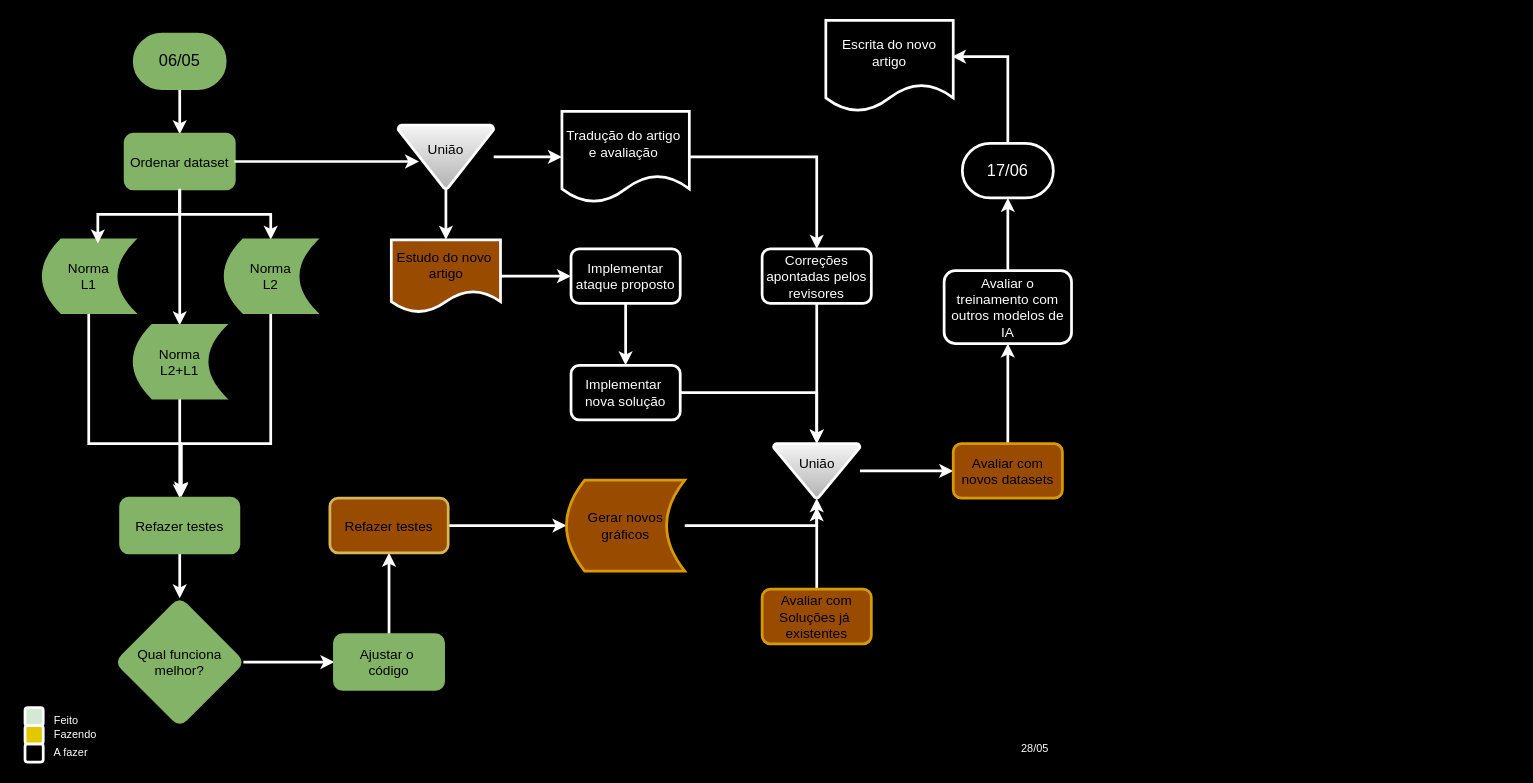
This is Diagrama sem nome.drawio from Morais727/Diagramas, a draw.io file, before an edit. Source tidied: cells renumbered, new cells numbered last; positions are measured from the earlier drawing's top-left corner, leaving out a move shared by most shapes. Both pictures are drawn from the tidied source at 91%, with x=0, y=0 at pixel (15, 15).
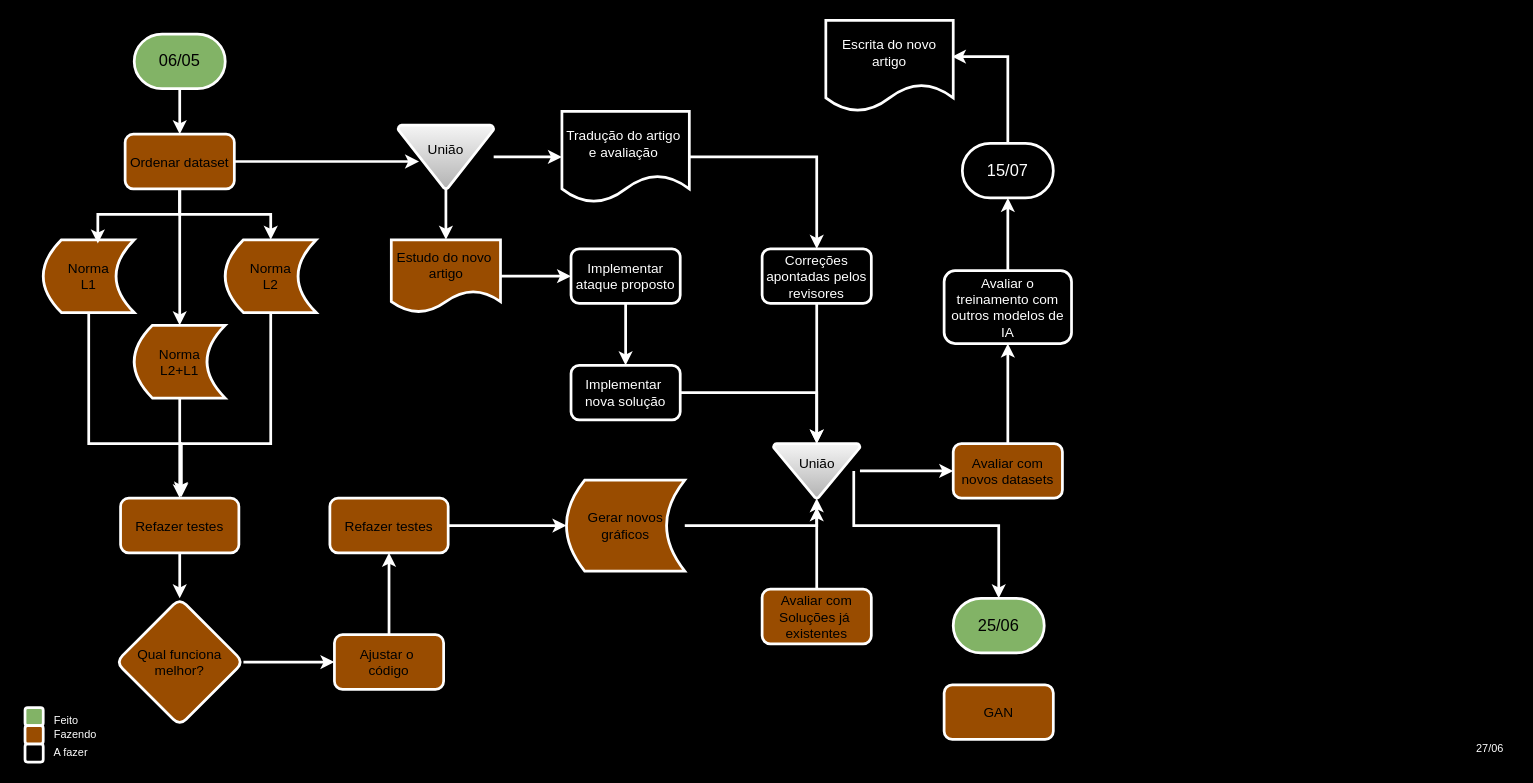
The same page after the edit.

Unchanged cells that the change refers to:
```xml
<mxCell id="34" value="&lt;font style=&quot;font-size: 15px;&quot;&gt;União&lt;/font&gt;&lt;div style=&quot;font-size: 15px;&quot;&gt;&lt;br&gt;&lt;/div&gt;" style="strokeWidth=3;html=1;shape=mxgraph.flowchart.merge_or_storage;whiteSpace=wrap;rounded=1;strokeColor=#FFFFFF;align=center;verticalAlign=middle;fontFamily=Helvetica;fontSize=12;fillColor=#f5f5f5;gradientColor=#b3b3b3;" parent="1" vertex="1">
  <mxGeometry x="832.5" y="470" width="95" height="60" as="geometry" />
</mxCell>
```

Change to the diagram source:
```diff
@@
     <mxCell id="2" style="rounded=0;whiteSpace=wrap;html=1;fillColor=#000000;" parent="1" vertex="1">
-      <mxGeometry width="1160" height="820" as="geometry" />
+      <mxGeometry width="1650" height="820" as="geometry" />
     </mxCell>
@@
-    <mxCell id="4" value="&lt;font style=&quot;font-size: 18px;&quot;&gt;06/05&lt;/font&gt;" style="strokeWidth=3;html=1;shape=mxgraph.flowchart.terminator;whiteSpace=wrap;fillColor=#82B366;strokeColor=#82b366;" parent="1" vertex="1">
+    <mxCell id="4" value="&lt;font style=&quot;font-size: 18px;&quot;&gt;06/05&lt;/font&gt;" style="strokeWidth=3;html=1;shape=mxgraph.flowchart.terminator;whiteSpace=wrap;fillColor=#82B366;strokeColor=#FFFFFF;" parent="1" vertex="1">
       <mxGeometry x="130" y="20" width="100" height="60" as="geometry" />
     </mxCell>
@@
-    <mxCell id="6" value="&lt;font style=&quot;font-size: 18px;&quot;&gt;17/06&lt;/font&gt;" style="strokeWidth=3;html=1;shape=mxgraph.flowchart.terminator;whiteSpace=wrap;strokeColor=#FFFFFF;labelBackgroundColor=none;fontColor=#FFFFFF;fillColor=none;" parent="1" vertex="1">
+    <mxCell id="6" value="&lt;font style=&quot;font-size: 18px;&quot;&gt;15/07&lt;/font&gt;" style="strokeWidth=3;html=1;shape=mxgraph.flowchart.terminator;whiteSpace=wrap;strokeColor=#FFFFFF;labelBackgroundColor=none;fontColor=#FFFFFF;fillColor=none;" parent="1" vertex="1">
       <mxGeometry x="1040" y="140" width="100" height="60" as="geometry" />
     </mxCell>
@@
-    <mxCell id="9" value="&lt;font style=&quot;font-size: 15px;&quot;&gt;Ordenar dataset&lt;/font&gt;" style="rounded=1;whiteSpace=wrap;html=1;fillColor=#82B366;strokeColor=#82b366;strokeWidth=3;" parent="1" vertex="1">
+    <mxCell id="9" value="&lt;font style=&quot;font-size: 15px;&quot;&gt;Ordenar dataset&lt;/font&gt;" style="rounded=1;whiteSpace=wrap;html=1;fillColor=#994C00;strokeColor=#FFFFFF;strokeWidth=3;" parent="1" vertex="1">
       <mxGeometry x="120" y="130" width="120" height="60" as="geometry" />
     </mxCell>
@@
-    <mxCell id="11" value="&lt;font style=&quot;font-size: 15px;&quot;&gt;Norma&lt;br&gt;L1&lt;/font&gt;" style="shape=dataStorage;whiteSpace=wrap;html=1;fixedSize=1;fillColor=#82B366;strokeColor=#82b366;strokeWidth=3;" parent="1" vertex="1">
+    <mxCell id="11" value="&lt;font style=&quot;font-size: 15px;&quot;&gt;Norma&lt;br&gt;L1&lt;/font&gt;" style="shape=dataStorage;whiteSpace=wrap;html=1;fixedSize=1;fillColor=#994C00;strokeColor=#FFFFFF;strokeWidth=3;" parent="1" vertex="1">
       <mxGeometry x="30" y="246" width="100" height="80" as="geometry" />
     </mxCell>
@@
-    <mxCell id="13" value="&lt;font style=&quot;font-size: 15px;&quot;&gt;Norma&lt;br&gt;L2+L1&lt;/font&gt;" style="shape=dataStorage;whiteSpace=wrap;html=1;fixedSize=1;fillColor=#82B366;strokeColor=#82b366;strokeWidth=3;" parent="1" vertex="1">
+    <mxCell id="13" value="&lt;font style=&quot;font-size: 15px;&quot;&gt;Norma&lt;br&gt;L2+L1&lt;/font&gt;" style="shape=dataStorage;whiteSpace=wrap;html=1;fixedSize=1;fillColor=#994C00;strokeColor=#FFFFFF;strokeWidth=3;" parent="1" vertex="1">
       <mxGeometry x="130" y="340" width="100" height="80" as="geometry" />
     </mxCell>
@@
-    <mxCell id="15" value="&lt;font style=&quot;font-size: 15px;&quot;&gt;Norma&lt;br&gt;L2&lt;/font&gt;" style="shape=dataStorage;whiteSpace=wrap;html=1;fixedSize=1;fillColor=#82B366;strokeColor=#82b366;strokeWidth=3;" parent="1" vertex="1">
+    <mxCell id="15" value="&lt;font style=&quot;font-size: 15px;&quot;&gt;Norma&lt;br&gt;L2&lt;/font&gt;" style="shape=dataStorage;whiteSpace=wrap;html=1;fixedSize=1;fillColor=#994C00;strokeColor=#FFFFFF;strokeWidth=3;" parent="1" vertex="1">
       <mxGeometry x="230" y="246" width="100" height="80" as="geometry" />
     </mxCell>
@@
-    <mxCell id="17" value="&lt;font style=&quot;font-size: 15px;&quot;&gt;Refazer testes&lt;/font&gt;" style="rounded=1;whiteSpace=wrap;html=1;fillColor=#82B366;strokeColor=#82b366;strokeWidth=3;" parent="1" vertex="1">
+    <mxCell id="17" value="&lt;font style=&quot;font-size: 15px;&quot;&gt;Refazer testes&lt;/font&gt;" style="rounded=1;whiteSpace=wrap;html=1;fillColor=#994C00;strokeColor=#FFFFFF;strokeWidth=3;" parent="1" vertex="1">
       <mxGeometry x="115" y="530" width="130" height="60" as="geometry" />
     </mxCell>
@@
-    <mxCell id="19" value="&lt;font style=&quot;font-size: 15px;&quot;&gt;Qual funciona melhor?&lt;/font&gt;" style="rhombus;whiteSpace=wrap;html=1;rounded=1;strokeColor=#82b366;align=center;verticalAlign=middle;fontFamily=Helvetica;fontSize=12;fillColor=#82B366;strokeWidth=3;labelBackgroundColor=none;" parent="1" vertex="1">
+    <mxCell id="19" value="&lt;font style=&quot;font-size: 15px;&quot;&gt;Qual funciona melhor?&lt;/font&gt;" style="rhombus;whiteSpace=wrap;html=1;rounded=1;strokeColor=#FFFFFF;align=center;verticalAlign=middle;fontFamily=Helvetica;fontSize=12;fillColor=#994C00;strokeWidth=3;labelBackgroundColor=none;" parent="1" vertex="1">
       <mxGeometry x="110" y="640" width="140" height="140" as="geometry" />
     </mxCell>
@@
-    <mxCell id="21" value="&lt;font style=&quot;font-size: 15px;&quot;&gt;Ajustar o&amp;nbsp;&lt;br&gt;código&lt;/font&gt;" style="rounded=1;whiteSpace=wrap;html=1;strokeColor=#82b366;align=center;verticalAlign=middle;fontFamily=Helvetica;fontSize=12;fillColor=#82B366;strokeWidth=3;labelBackgroundColor=none;" parent="1" vertex="1">
+    <mxCell id="21" value="&lt;font style=&quot;font-size: 15px;&quot;&gt;Ajustar o&amp;nbsp;&lt;br&gt;código&lt;/font&gt;" style="rounded=1;whiteSpace=wrap;html=1;strokeColor=#FFFFFF;align=center;verticalAlign=middle;fontFamily=Helvetica;fontSize=12;fillColor=#994C00;strokeWidth=3;labelBackgroundColor=none;" parent="1" vertex="1">
       <mxGeometry x="350" y="680" width="120" height="60" as="geometry" />
     </mxCell>
@@
-    <mxCell id="23" value="&lt;font style=&quot;font-size: 15px;&quot;&gt;Refazer testes&lt;/font&gt;" style="rounded=1;whiteSpace=wrap;html=1;strokeColor=#d6b656;strokeWidth=3;labelBackgroundColor=none;fillColor=#994C00;" parent="1" vertex="1">
+    <mxCell id="23" value="&lt;font style=&quot;font-size: 15px;&quot;&gt;Refazer testes&lt;/font&gt;" style="rounded=1;whiteSpace=wrap;html=1;strokeColor=#FFFFFF;strokeWidth=3;labelBackgroundColor=none;fillColor=#994C00;" parent="1" vertex="1">
       <mxGeometry x="345" y="530" width="130" height="60" as="geometry" />
     </mxCell>
@@
-    <mxCell id="27" value="&lt;font style=&quot;font-size: 15px;&quot;&gt;Gerar novos&lt;br&gt;gráficos&lt;/font&gt;" style="shape=dataStorage;whiteSpace=wrap;html=1;fixedSize=1;rounded=1;strokeColor=#d79b00;align=center;verticalAlign=middle;fontFamily=Helvetica;fontSize=12;fillColor=#994C00;strokeWidth=3;labelBackgroundColor=none;" parent="1" vertex="1">
+    <mxCell id="27" value="&lt;font style=&quot;font-size: 15px;&quot;&gt;Gerar novos&lt;br&gt;gráficos&lt;/font&gt;" style="shape=dataStorage;whiteSpace=wrap;html=1;fixedSize=1;rounded=1;strokeColor=#FFFFFF;align=center;verticalAlign=middle;fontFamily=Helvetica;fontSize=12;fillColor=#994C00;strokeWidth=3;labelBackgroundColor=none;" parent="1" vertex="1">
       <mxGeometry x="605" y="510" width="130" height="100" as="geometry" />
     </mxCell>
@@
+    <mxCell id="57" style="edgeStyle=orthogonalEdgeStyle;rounded=0;jettySize=auto;html=1;" parent="1" edge="1" source="34" target="27">
+      <mxGeometry relative="1" as="geometry" />
+    </mxCell>
@@
-    <mxCell id="36" value="&lt;font style=&quot;font-size: 15px;&quot;&gt;Avaliar com&lt;br&gt;Soluções já&amp;nbsp;&lt;br&gt;existentes&lt;/font&gt;" style="rounded=1;whiteSpace=wrap;html=1;strokeColor=#d79b00;align=center;verticalAlign=middle;fontFamily=Helvetica;fontSize=12;fillColor=#994C00;strokeWidth=3;labelBackgroundColor=none;" parent="1" vertex="1">
+    <mxCell id="36" value="&lt;font style=&quot;font-size: 15px;&quot;&gt;Avaliar com&lt;br&gt;Soluções já&amp;nbsp;&lt;br&gt;existentes&lt;/font&gt;" style="rounded=1;whiteSpace=wrap;html=1;strokeColor=#FFFFFF;align=center;verticalAlign=middle;fontFamily=Helvetica;fontSize=12;fillColor=#994C00;strokeWidth=3;labelBackgroundColor=none;" parent="1" vertex="1">
       <mxGeometry x="820" y="630" width="120" height="60" as="geometry" />
     </mxCell>
@@
-    <mxCell id="40" value="&lt;font style=&quot;font-size: 15px;&quot;&gt;Avaliar com novos datasets&lt;/font&gt;" style="rounded=1;whiteSpace=wrap;html=1;strokeColor=#d79b00;align=center;verticalAlign=middle;fontFamily=Helvetica;fontSize=12;fillColor=#994C00;strokeWidth=3;labelBackgroundColor=none;" parent="1" vertex="1">
+    <mxCell id="40" value="&lt;font style=&quot;font-size: 15px;&quot;&gt;Avaliar com novos datasets&lt;/font&gt;" style="rounded=1;whiteSpace=wrap;html=1;strokeColor=#FFFFFF;align=center;verticalAlign=middle;fontFamily=Helvetica;fontSize=12;fillColor=#994C00;strokeWidth=3;labelBackgroundColor=none;" parent="1" vertex="1">
       <mxGeometry x="1030" y="470" width="120" height="60" as="geometry" />
     </mxCell>
@@
-    <mxCell id="51" style="whiteSpace=wrap;html=1;rounded=1;strokeColor=#FFFFFF;align=center;verticalAlign=middle;fontFamily=Helvetica;fontSize=12;fillColor=#d5e8d4;strokeWidth=3;labelBackgroundColor=none;" parent="1" vertex="1">
+    <mxCell id="51" style="whiteSpace=wrap;html=1;rounded=1;strokeColor=#FFFFFF;align=center;verticalAlign=middle;fontFamily=Helvetica;fontSize=12;fillColor=#82B366;strokeWidth=3;labelBackgroundColor=none;" parent="1" vertex="1">
       <mxGeometry x="10" y="760" width="20" height="20" as="geometry" />
     </mxCell>
-    <mxCell id="52" style="whiteSpace=wrap;html=1;rounded=1;strokeColor=#FFFFFF;align=center;verticalAlign=middle;fontFamily=Helvetica;fontSize=12;fontColor=#000000;fillColor=#e3c800;strokeWidth=3;labelBackgroundColor=none;" parent="1" vertex="1">
+    <mxCell id="52" style="whiteSpace=wrap;html=1;rounded=1;strokeColor=#FFFFFF;align=center;verticalAlign=middle;fontFamily=Helvetica;fontSize=12;fontColor=#000000;fillColor=#994C00;strokeWidth=3;labelBackgroundColor=none;" parent="1" vertex="1">
       <mxGeometry x="10" y="780" width="20" height="20" as="geometry" />
     </mxCell>
@@
-    <mxCell id="56" value="&lt;font color=&quot;#ffffff&quot;&gt;28/05&lt;/font&gt;" style="text;html=1;align=center;verticalAlign=middle;whiteSpace=wrap;rounded=0;" parent="1" vertex="1">
-      <mxGeometry x="1090" y="790" width="60" height="30" as="geometry" />
+    <mxCell id="56" value="&lt;font color=&quot;#ffffff&quot;&gt;27/06&lt;/font&gt;" style="text;html=1;align=center;verticalAlign=middle;whiteSpace=wrap;rounded=0;" parent="1" vertex="1">
+      <mxGeometry x="1590" y="790" width="60" height="30" as="geometry" />
     </mxCell>
+    <mxCell id="58" value="&lt;font style=&quot;font-size: 18px;&quot;&gt;25/06&lt;/font&gt;" style="strokeWidth=3;html=1;shape=mxgraph.flowchart.terminator;whiteSpace=wrap;fillColor=#82B366;strokeColor=#FFFFFF;" parent="1" vertex="1">
+      <mxGeometry x="1030" y="640" width="100" height="60" as="geometry" />
+    </mxCell>
+    <mxCell id="59" style="edgeStyle=orthogonalEdgeStyle;rounded=0;jettySize=auto;html=1;entryX=0.5;entryY=0;entryDx=0;entryDy=0;fontFamily=Helvetica;fontSize=12;fontColor=default;strokeColor=#FFFFFF;strokeWidth=3;exitX=0.558;exitY=0.61;exitDx=0;exitDy=0;exitPerimeter=0;entryPerimeter=0;" parent="1" edge="1" source="2" target="58">
+      <mxGeometry relative="1" as="geometry">
+        <Array as="points">
+          <mxPoint x="921" y="560" />
+          <mxPoint x="1080" y="560" />
+        </Array>
+      </mxGeometry>
+    </mxCell>
+    <mxCell id="60" value="&lt;font style=&quot;font-size: 15px;&quot;&gt;GAN&lt;/font&gt;" style="rounded=1;whiteSpace=wrap;html=1;strokeColor=#FFFFFF;align=center;verticalAlign=middle;fontFamily=Helvetica;fontSize=12;fillColor=#994C00;strokeWidth=3;labelBackgroundColor=none;" parent="1" vertex="1">
+      <mxGeometry x="1020" y="735" width="120" height="60" as="geometry" />
+    </mxCell>
```
